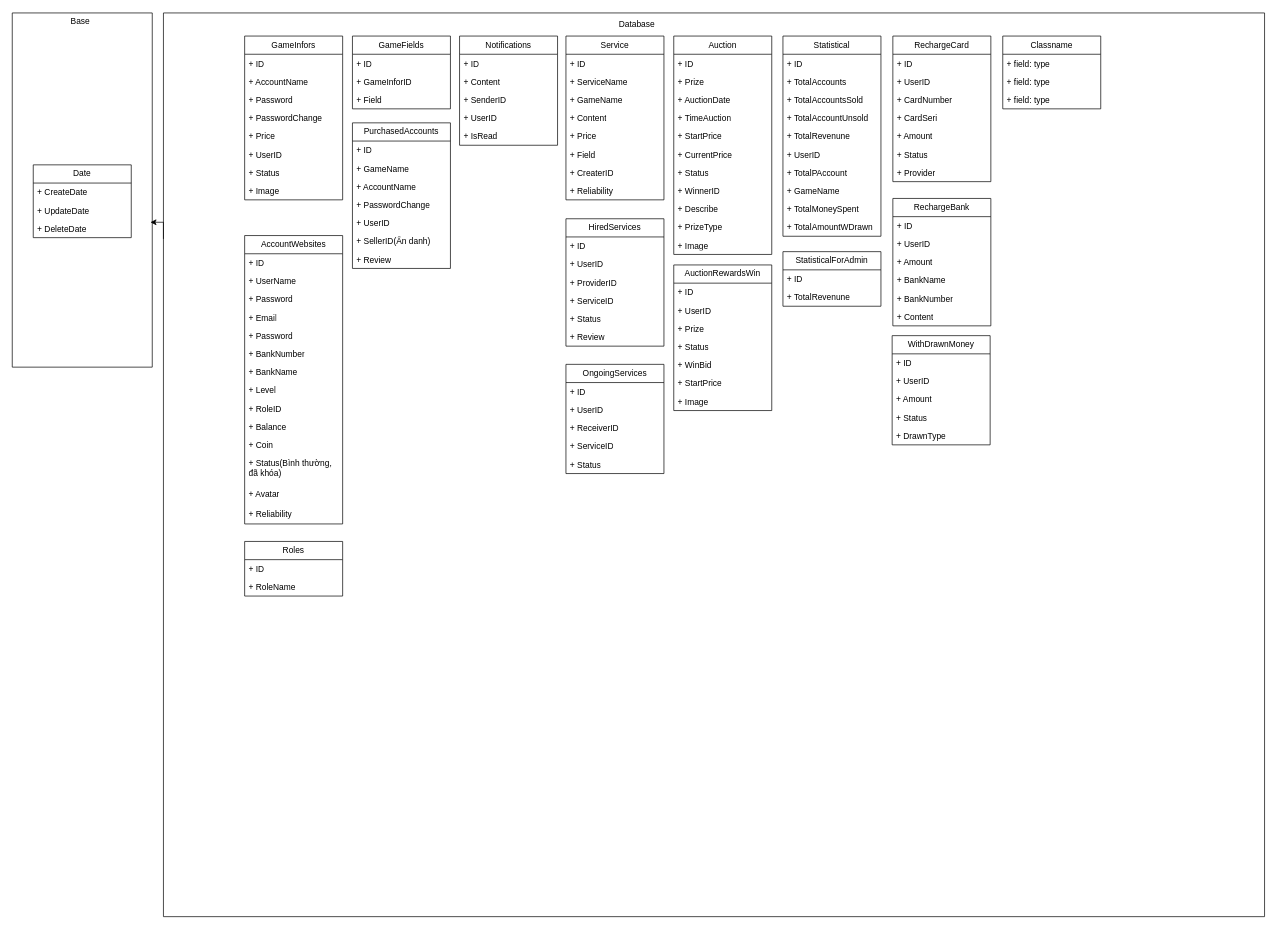
Above: Biểu đồ không có tiêu đề.drawio in RudeusGs/GameTradeZone (draw.io), before the change. Source tidied: cells renumbered, new cells numbered last; positions are measured from the earlier drawing's top-left corner, leaving out a move shared by most shapes. Both pictures are drawn from the tidied source at 70%, with x=0, y=0 at pixel (12, 12).
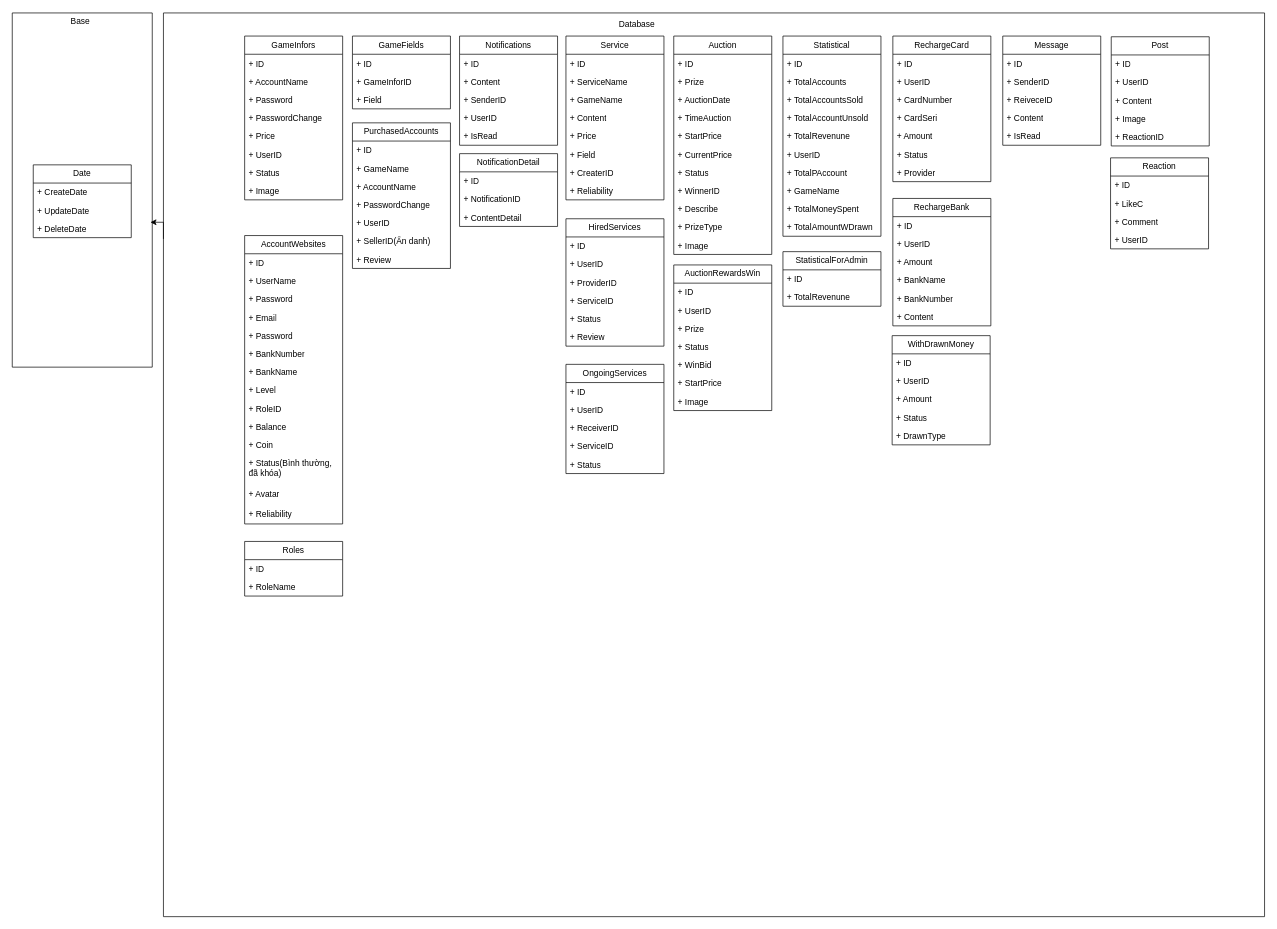
Above is the later version.

Unchanged cells that the change refers to:
```xml
<mxCell id="23" style="swimlane;startSize=0;" parent="1" vertex="1">
  <mxGeometry x="216" y="1" width="1573" height="1291" as="geometry" />
</mxCell>
```

What changed in the source:
```diff
@@
-    <mxCell id="117" value="Classname" style="swimlane;fontStyle=0;horizontal=1;startSize=26;fillColor=none;whiteSpace=wrap;html=1;" parent="23" vertex="1">
-      <mxGeometry x="1199" y="33" width="140" height="104" as="geometry" />
+    <mxCell id="117" value="Message" style="swimlane;fontStyle=0;horizontal=1;startSize=26;fillColor=none;whiteSpace=wrap;html=1;" parent="23" vertex="1">
+      <mxGeometry x="1199" y="33" width="140" height="156" as="geometry" />
     </mxCell>
-    <mxCell id="118" value="+ field: type" style="text;strokeColor=none;fillColor=none;align=left;verticalAlign=top;spacingLeft=4;spacingRight=4;overflow=hidden;whiteSpace=wrap;html=1;" parent="117" vertex="1">
+    <mxCell id="118" value="+ ID" style="text;strokeColor=none;fillColor=none;align=left;verticalAlign=top;spacingLeft=4;spacingRight=4;overflow=hidden;whiteSpace=wrap;html=1;" parent="117" vertex="1">
       <mxGeometry y="26" width="140" height="26" as="geometry" />
     </mxCell>
-    <mxCell id="119" value="+ field: type" style="text;strokeColor=none;fillColor=none;align=left;verticalAlign=top;spacingLeft=4;spacingRight=4;overflow=hidden;whiteSpace=wrap;html=1;" parent="117" vertex="1">
+    <mxCell id="119" value="+ SenderID" style="text;strokeColor=none;fillColor=none;align=left;verticalAlign=top;spacingLeft=4;spacingRight=4;overflow=hidden;whiteSpace=wrap;html=1;" parent="117" vertex="1">
       <mxGeometry y="52" width="140" height="26" as="geometry" />
     </mxCell>
-    <mxCell id="120" value="+ field: type" style="text;strokeColor=none;fillColor=none;align=left;verticalAlign=top;spacingLeft=4;spacingRight=4;overflow=hidden;whiteSpace=wrap;html=1;" parent="117" vertex="1">
+    <mxCell id="120" value="+ ReiveceID" style="text;strokeColor=none;fillColor=none;align=left;verticalAlign=top;spacingLeft=4;spacingRight=4;overflow=hidden;whiteSpace=wrap;html=1;" parent="117" vertex="1">
       <mxGeometry y="78" width="140" height="26" as="geometry" />
     </mxCell>
+    <mxCell id="137" value="+ Content" style="text;strokeColor=none;fillColor=none;align=left;verticalAlign=top;spacingLeft=4;spacingRight=4;overflow=hidden;whiteSpace=wrap;html=1;" parent="117" vertex="1">
+      <mxGeometry y="104" width="140" height="26" as="geometry" />
+    </mxCell>
+    <mxCell id="138" value="+ IsRead" style="text;strokeColor=none;fillColor=none;align=left;verticalAlign=top;spacingLeft=4;spacingRight=4;overflow=hidden;whiteSpace=wrap;html=1;" parent="117" vertex="1">
+      <mxGeometry y="130" width="140" height="26" as="geometry" />
+    </mxCell>
+    <mxCell id="139" value="Reaction" style="swimlane;fontStyle=0;horizontal=1;startSize=26;fillColor=none;whiteSpace=wrap;html=1;" parent="23" vertex="1">
+      <mxGeometry x="1353" y="207" width="140" height="130" as="geometry" />
+    </mxCell>
+    <mxCell id="140" value="+ ID" style="text;strokeColor=none;fillColor=none;align=left;verticalAlign=top;spacingLeft=4;spacingRight=4;overflow=hidden;whiteSpace=wrap;html=1;" parent="139" vertex="1">
+      <mxGeometry y="26" width="140" height="26" as="geometry" />
+    </mxCell>
+    <mxCell id="141" value="+ LikeC" style="text;strokeColor=none;fillColor=none;align=left;verticalAlign=top;spacingLeft=4;spacingRight=4;overflow=hidden;whiteSpace=wrap;html=1;" parent="139" vertex="1">
+      <mxGeometry y="52" width="140" height="26" as="geometry" />
+    </mxCell>
+    <mxCell id="142" value="+ Comment" style="text;strokeColor=none;fillColor=none;align=left;verticalAlign=top;spacingLeft=4;spacingRight=4;overflow=hidden;whiteSpace=wrap;html=1;" parent="139" vertex="1">
+      <mxGeometry y="78" width="140" height="26" as="geometry" />
+    </mxCell>
+    <mxCell id="143" value="+ UserID" style="text;strokeColor=none;fillColor=none;align=left;verticalAlign=top;spacingLeft=4;spacingRight=4;overflow=hidden;whiteSpace=wrap;html=1;" parent="139" vertex="1">
+      <mxGeometry y="104" width="140" height="26" as="geometry" />
+    </mxCell>
@@
+    <mxCell id="144" value="NotificationDetail" style="swimlane;fontStyle=0;horizontal=1;startSize=26;fillColor=none;whiteSpace=wrap;html=1;" parent="1" vertex="1">
+      <mxGeometry x="639" y="202" width="140" height="104" as="geometry" />
+    </mxCell>
+    <mxCell id="145" value="+ ID" style="text;strokeColor=none;fillColor=none;align=left;verticalAlign=top;spacingLeft=4;spacingRight=4;overflow=hidden;whiteSpace=wrap;html=1;" parent="144" vertex="1">
+      <mxGeometry y="26" width="140" height="26" as="geometry" />
+    </mxCell>
+    <mxCell id="146" value="+ NotificationID" style="text;strokeColor=none;fillColor=none;align=left;verticalAlign=top;spacingLeft=4;spacingRight=4;overflow=hidden;whiteSpace=wrap;html=1;" parent="144" vertex="1">
+      <mxGeometry y="52" width="140" height="26" as="geometry" />
+    </mxCell>
+    <mxCell id="147" value="+ ContentDetail" style="text;strokeColor=none;fillColor=none;align=left;verticalAlign=top;spacingLeft=4;spacingRight=4;overflow=hidden;whiteSpace=wrap;html=1;" parent="144" vertex="1">
+      <mxGeometry y="78" width="140" height="26" as="geometry" />
+    </mxCell>
+    <mxCell id="148" value="Post" style="swimlane;fontStyle=0;horizontal=1;startSize=26;fillColor=none;whiteSpace=wrap;html=1;" parent="1" vertex="1">
+      <mxGeometry x="1570" y="35" width="140" height="156" as="geometry" />
+    </mxCell>
+    <mxCell id="149" value="+ ID" style="text;strokeColor=none;fillColor=none;align=left;verticalAlign=top;spacingLeft=4;spacingRight=4;overflow=hidden;whiteSpace=wrap;html=1;" parent="148" vertex="1">
+      <mxGeometry y="26" width="140" height="26" as="geometry" />
+    </mxCell>
+    <mxCell id="150" value="+ UserID" style="text;strokeColor=none;fillColor=none;align=left;verticalAlign=top;spacingLeft=4;spacingRight=4;overflow=hidden;whiteSpace=wrap;html=1;" parent="148" vertex="1">
+      <mxGeometry y="52" width="140" height="26" as="geometry" />
+    </mxCell>
+    <mxCell id="151" value="+ Content" style="text;strokeColor=none;fillColor=none;align=left;verticalAlign=top;spacingLeft=4;spacingRight=4;overflow=hidden;whiteSpace=wrap;html=1;" parent="148" vertex="1">
+      <mxGeometry y="78" width="140" height="26" as="geometry" />
+    </mxCell>
+    <mxCell id="152" value="+ Image" style="text;strokeColor=none;fillColor=none;align=left;verticalAlign=top;spacingLeft=4;spacingRight=4;overflow=hidden;whiteSpace=wrap;html=1;" parent="148" vertex="1">
+      <mxGeometry y="104" width="140" height="26" as="geometry" />
+    </mxCell>
+    <mxCell id="153" value="+ ReactionID" style="text;strokeColor=none;fillColor=none;align=left;verticalAlign=top;spacingLeft=4;spacingRight=4;overflow=hidden;whiteSpace=wrap;html=1;" parent="148" vertex="1">
+      <mxGeometry y="130" width="140" height="26" as="geometry" />
+    </mxCell>
```
